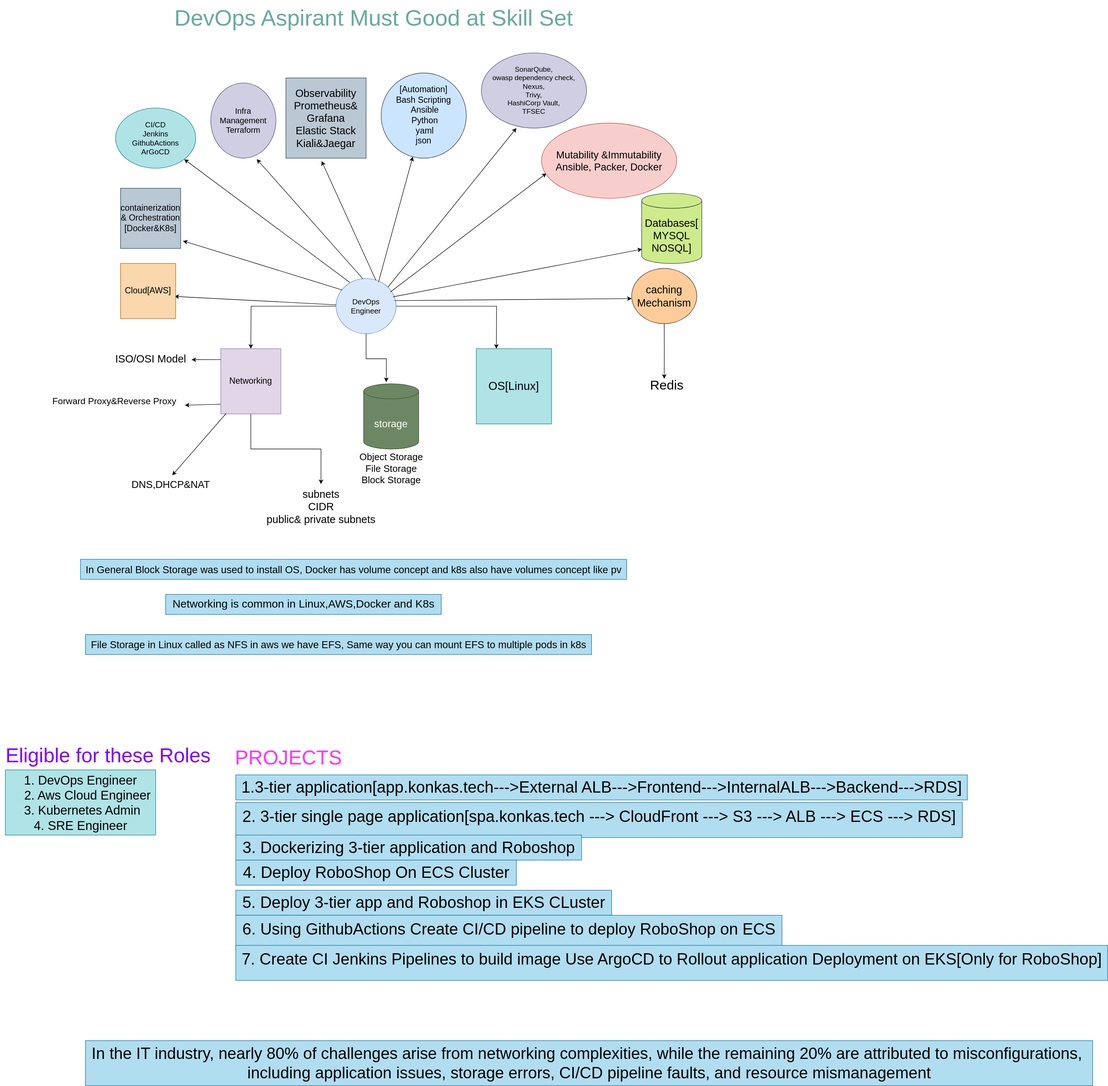
ullagallu123/svg keeps this draw.io diagram as devops-requirments.drawio.svg. Above is the earlier version. Source tidied: cells renumbered, new cells last; positions are measured from the earlier drawing's top-left corner, leaving out a move shared by most shapes.
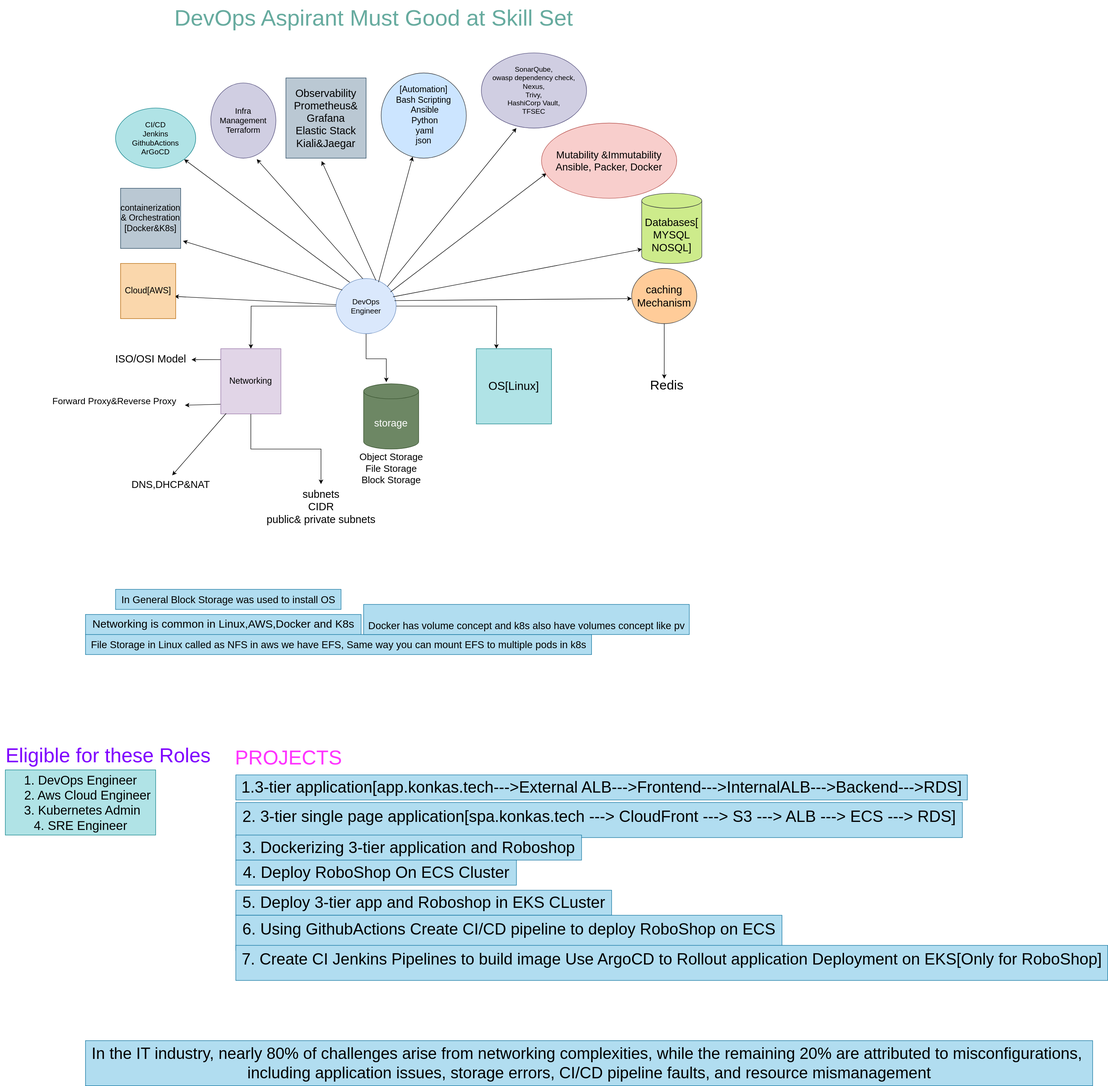
Later version of the same file.

Change to the diagram source:
```diff
@@ -141,13 +141,13 @@
       <mxGeometry x="960" y="105" width="210" height="150" as="geometry" />
     </mxCell>
     <mxCell id="44" value="&lt;font style=&quot;font-size: 22px;&quot;&gt;Networking is common in Linux,AWS,Docker and K8s&lt;/font&gt;" style="text;html=1;align=center;verticalAlign=middle;strokeColor=#10739e;fillColor=#b1ddf0;" parent="1" vertex="1">
-      <mxGeometry x="330" y="1185" width="550" height="40" as="geometry" />
+      <mxGeometry x="170" y="1225" width="550" height="40" as="geometry" />
     </mxCell>
     <mxCell id="45" value="&lt;font style=&quot;font-size: 20px;&quot;&gt;File Storage in Linux called as NFS in aws we have EFS, Same way you can mount EFS to multiple pods in k8s&lt;/font&gt;" style="text;html=1;align=center;verticalAlign=middle;strokeColor=#10739e;fillColor=#b1ddf0;" parent="1" vertex="1">
       <mxGeometry x="170" y="1265" width="1010" height="40" as="geometry" />
     </mxCell>
-    <mxCell id="46" value="&lt;font style=&quot;font-size: 20px;&quot;&gt;In General Block Storage was used to install OS, Docker has volume concept and k8s also have volumes concept like pv&lt;/font&gt;" style="text;html=1;align=center;verticalAlign=middle;strokeColor=#10739e;fillColor=#b1ddf0;" parent="1" vertex="1">
-      <mxGeometry x="160" y="1115" width="1090" height="40" as="geometry" />
+    <mxCell id="46" value="&lt;font style=&quot;font-size: 20px;&quot;&gt;&amp;nbsp;&lt;/font&gt;&lt;div&gt;&lt;font style=&quot;font-size: 20px;&quot;&gt;Docker has volume concept and k8s also have volumes concept like pv&lt;/font&gt;&lt;/div&gt;" style="text;html=1;align=center;verticalAlign=middle;strokeColor=#10739e;fillColor=#b1ddf0;" parent="1" vertex="1">
+      <mxGeometry x="725" y="1205" width="650" height="60" as="geometry" />
     </mxCell>
     <mxCell id="47" value="&lt;font style=&quot;font-size: 32px;&quot;&gt;1.3-tier application[app.konkas.tech---&amp;gt;External ALB---&amp;gt;Frontend---&amp;gt;InternalALB---&amp;gt;Backend---&amp;gt;RDS]&lt;/font&gt;" style="text;html=1;align=center;verticalAlign=middle;strokeColor=#10739e;fillColor=#b1ddf0;" parent="1" vertex="1">
       <mxGeometry x="470" y="1545" width="1460" height="50" as="geometry" />
@@ -173,5 +173,8 @@
     <mxCell id="54" value="&lt;font style=&quot;font-size: 32px;&quot;&gt;In the IT industry, nearly 80% of challenges arise from networking complexities, while the remaining 20% are attributed to misconfigurations,&amp;nbsp;&lt;/font&gt;&lt;div&gt;&lt;font style=&quot;font-size: 32px;&quot;&gt;including application issues, storage errors, CI/CD pipeline faults, and resource mismanagement&lt;/font&gt;&lt;/div&gt;" style="text;html=1;align=center;verticalAlign=middle;strokeColor=#10739e;fillColor=#b1ddf0;" parent="1" vertex="1">
       <mxGeometry x="170" y="2075" width="2010" height="90" as="geometry" />
     </mxCell>
+    <mxCell id="55" value="&lt;span style=&quot;font-size: 20px;&quot;&gt;In General Block Storage was used to install OS&lt;/span&gt;" style="text;html=1;align=center;verticalAlign=middle;strokeColor=#10739e;fillColor=#b1ddf0;" parent="1" vertex="1">
+      <mxGeometry x="230" y="1175" width="450" height="40" as="geometry" />
+    </mxCell>
   </root>
 </mxGraphModel>
```
